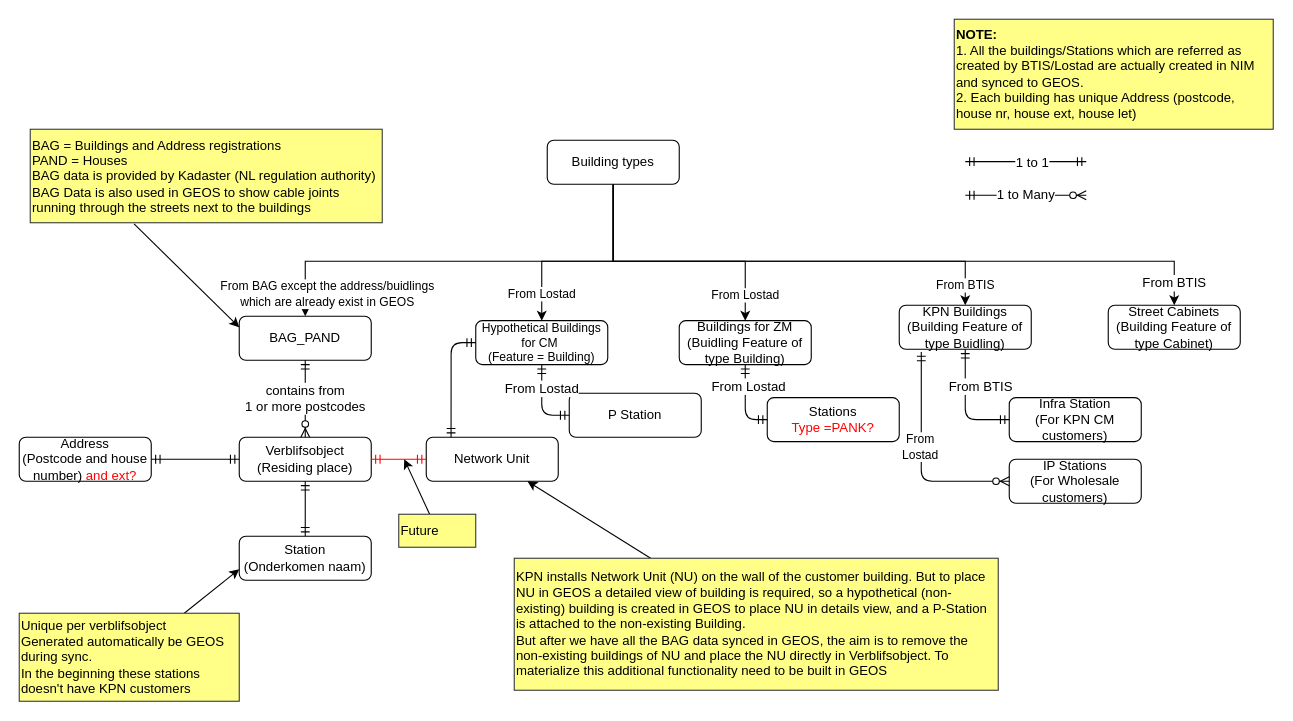
Before: page "Page-1" (1 of 2) of Location Model.drawio in dearishtaq/hello-world-old, a draw.io diagram. Source tidied: cells renumbered, new cells numbered last; positions are measured from the earlier drawing's top-left corner, leaving out a move shared by most shapes. Both pictures are drawn from the tidied source at 110%, with x=0, y=0 at pixel (19, 19).
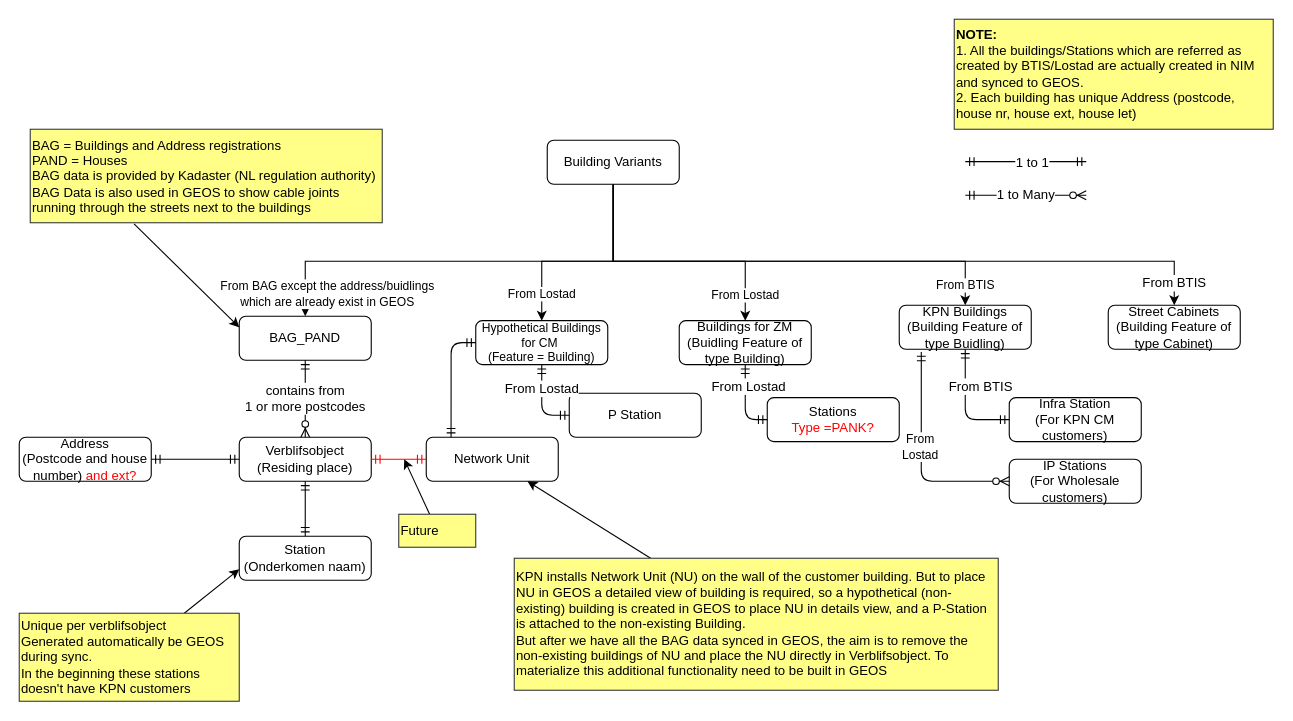
The same page after the edit.

Diff of the diagram source:
```diff
@@
-    <mxCell id="6" value="Building types" style="rounded=1;whiteSpace=wrap;html=1;fontSize=12;glass=0;strokeWidth=1;shadow=0;" parent="1" vertex="1">
+    <mxCell id="6" value="Building Variants" style="rounded=1;whiteSpace=wrap;html=1;fontSize=12;glass=0;strokeWidth=1;shadow=0;" parent="1" vertex="1">
       <mxGeometry x="480" y="110" width="120" height="40" as="geometry" />
     </mxCell>
```
